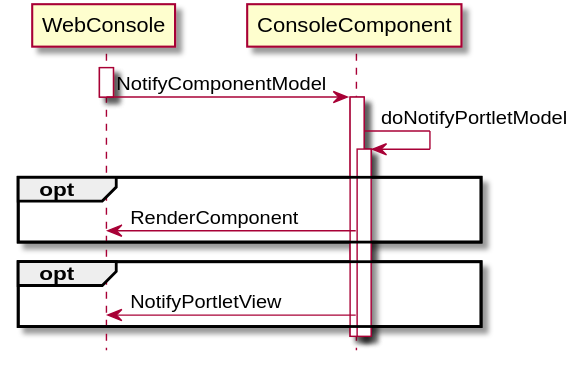
Before: javadoc-webconsole/org/jgrapes/webconsole/base/NotifyPortletModelHandling.svg, a diagram exported from PlantUML (mnlipp/jgrapes). The source it was exported from:
```plantuml
@startuml
hide footbox

 activate WebConsole
 WebConsole -> ConsoleComponent: NotifyComponentModel
 deactivate WebConsole
 activate ConsoleComponent
 ConsoleComponent -> ConsoleComponent: doNotifyPortletModel
 activate ConsoleComponent
 opt
     ConsoleComponent -> WebConsole: RenderComponent
 end opt
 opt
     ConsoleComponent -> WebConsole: NotifyPortletView
 end opt
 deactivate ConsoleComponent
 deactivate ConsoleComponent
 activate WebConsole
 deactivate WebConsole
@enduml
```
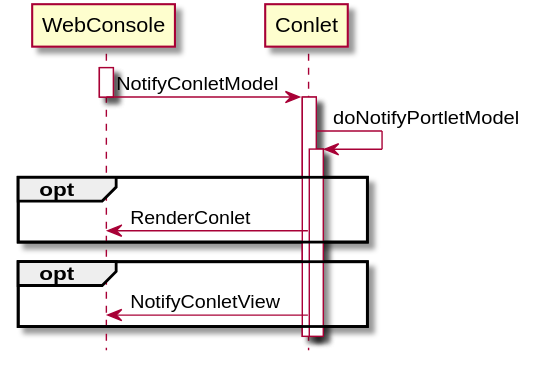
The same diagram one commit later.

What changed in the source:
```diff
@@ -2,19 +2,19 @@
 hide footbox
 
  activate WebConsole
- WebConsole -> ConsoleComponent: NotifyComponentModel
+ WebConsole -> Conlet: NotifyConletModel
  deactivate WebConsole
- activate ConsoleComponent
- ConsoleComponent -> ConsoleComponent: doNotifyPortletModel
- activate ConsoleComponent
+ activate Conlet
+ Conlet -> Conlet: doNotifyPortletModel
+ activate Conlet
  opt
-     ConsoleComponent -> WebConsole: RenderComponent
+     Conlet -> WebConsole: RenderConlet
  end opt
  opt
-     ConsoleComponent -> WebConsole: NotifyPortletView
+     Conlet -> WebConsole: NotifyConletView
  end opt
- deactivate ConsoleComponent
- deactivate ConsoleComponent
+ deactivate Conlet
+ deactivate Conlet
  activate WebConsole
  deactivate WebConsole
 @enduml
```
